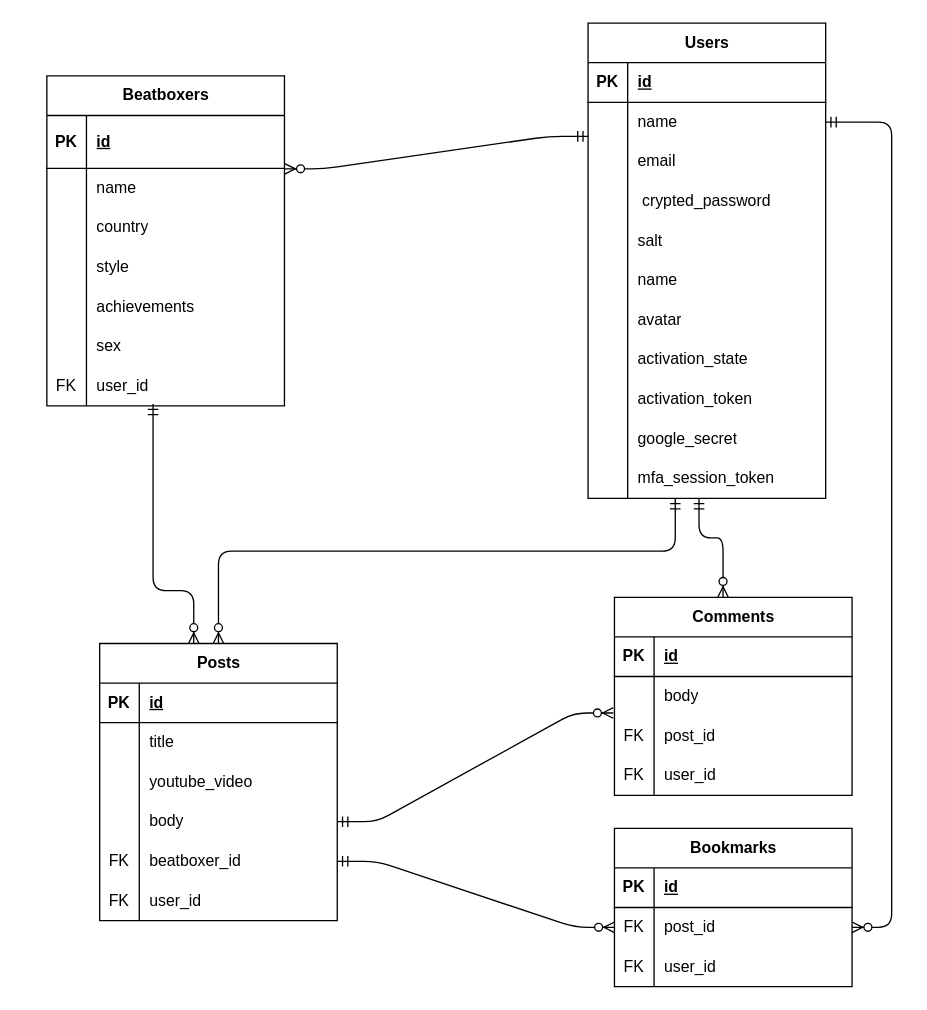
This is database_model_er.dio from yusuke061467/beatboxer-collection, a draw.io file, before an edit. Source tidied: cells renumbered, new cells numbered last; positions are measured from the earlier drawing's top-left corner, leaving out a move shared by most shapes. Both pictures are drawn from the tidied source at 132%, with x=0, y=0 at pixel (46, 22).
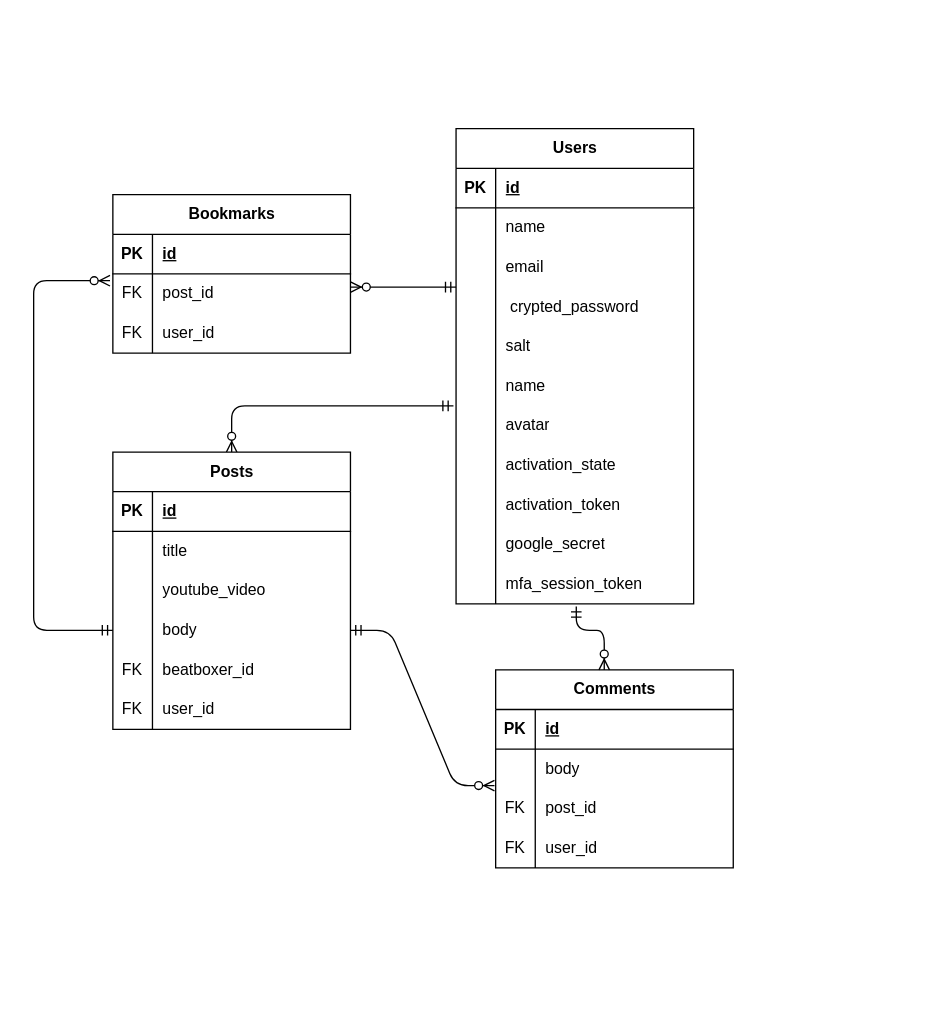
Above is the later version.

Unchanged cells that the change refers to:
```xml
<mxCell id="6" style="shape=tableRow;horizontal=0;startSize=0;swimlaneHead=0;swimlaneBody=0;fillColor=none;points=[[0,0.5],[1,0.5]];portConstraint=eastwest;top=0;left=0;right=0;bottom=0;" parent="2" vertex="1">
  <mxGeometry y="60" width="180" height="30" as="geometry" />
</mxCell>
<mxCell id="21" style="shape=tableRow;horizontal=0;startSize=0;swimlaneHead=0;swimlaneBody=0;fillColor=none;points=[[0,0.5],[1,0.5]];portConstraint=eastwest;top=0;left=0;right=0;bottom=0;" parent="2" vertex="1">
  <mxGeometry y="210" width="180" height="30" as="geometry" />
</mxCell>
<mxCell id="33" style="shape=tableRow;horizontal=0;startSize=0;swimlaneHead=0;swimlaneBody=0;fillColor=none;points=[[0,0.5],[1,0.5]];portConstraint=eastwest;top=0;left=0;right=0;bottom=0;" parent="2" vertex="1">
  <mxGeometry y="330" width="180" height="30" as="geometry" />
</mxCell>
<mxCell id="53" style="shape=tableRow;horizontal=0;startSize=0;swimlaneHead=0;swimlaneBody=0;fillColor=none;points=[[0,0.5],[1,0.5]];portConstraint=eastwest;top=0;left=0;right=0;bottom=0;" parent="49" vertex="1">
  <mxGeometry y="60" width="180" height="30" as="geometry" />
</mxCell>
<mxCell id="74" style="shape=tableRow;horizontal=0;startSize=0;swimlaneHead=0;swimlaneBody=0;fillColor=none;points=[[0,0.5],[1,0.5]];portConstraint=eastwest;top=0;left=0;right=0;bottom=0;" parent="64" vertex="1">
  <mxGeometry y="120" width="180" height="30" as="geometry" />
</mxCell>
<mxCell id="77" style="shape=tableRow;horizontal=0;startSize=0;swimlaneHead=0;swimlaneBody=0;fillColor=none;points=[[0,0.5],[1,0.5]];portConstraint=eastwest;top=0;left=0;right=0;bottom=0;" parent="64" vertex="1">
  <mxGeometry y="150" width="180" height="30" as="geometry" />
</mxCell>
```

Diff of the diagram source:
```diff
@@
     <mxCell id="2" value="Users" style="shape=table;startSize=30;childLayout=tableLayout;rowLines=0;fontStyle=1;align=center;html=1;" parent="1" vertex="1">
-      <mxGeometry x="410" width="180" height="360" as="geometry" />
+      <mxGeometry x="310" y="80" width="180" height="360" as="geometry" />
     </mxCell>
@@
     <mxCell id="36" value="Comments" style="shape=table;startSize=30;childLayout=tableLayout;rowLines=0;fontStyle=1;align=center;html=1;" parent="1" vertex="1">
-      <mxGeometry x="430" y="435" width="180" height="150" as="geometry" />
+      <mxGeometry x="340" y="490" width="180" height="150" as="geometry" />
     </mxCell>
@@
     <mxCell id="49" value="Bookmarks" style="shape=table;startSize=30;childLayout=tableLayout;rowLines=0;fontStyle=1;align=center;html=1;" parent="1" vertex="1">
-      <mxGeometry x="430" y="610" width="180" height="120" as="geometry" />
+      <mxGeometry x="50" y="130" width="180" height="120" as="geometry" />
     </mxCell>
@@
-    <mxCell id="59" style="edgeStyle=entityRelationEdgeStyle;fontSize=12;html=1;endArrow=ERzeroToMany;startArrow=ERmandOne;exitX=1;exitY=0.5;exitDx=0;exitDy=0;" parent="1" edge="1" source="6" target="53">
-      <mxGeometry relative="1" as="geometry" />
-    </mxCell>
-    <mxCell id="60" style="edgeStyle=elbowEdgeStyle;fontSize=12;html=1;endArrow=ERzeroToMany;startArrow=ERmandOne;elbow=vertical;entryX=0.5;entryY=0;entryDx=0;entryDy=0;exitX=0.367;exitY=1;exitDx=0;exitDy=0;exitPerimeter=0;" parent="1" edge="1" source="33" target="64">
+    <mxCell id="60" style="edgeStyle=elbowEdgeStyle;fontSize=12;html=1;endArrow=ERzeroToMany;startArrow=ERmandOne;elbow=vertical;entryX=0.5;entryY=0;entryDx=0;entryDy=0;exitX=-0.011;exitY=0;exitDx=0;exitDy=0;exitPerimeter=0;" parent="1" edge="1" source="21" target="64">
       <mxGeometry relative="1" as="geometry">
         <Array as="points">
-          <mxPoint x="310" y="400" />
-          <mxPoint x="742" y="140" />
+          <mxPoint x="170" y="290" />
         </Array>
       </mxGeometry>
     </mxCell>
@@
-    <mxCell id="62" style="edgeStyle=elbowEdgeStyle;fontSize=12;html=1;endArrow=ERzeroToMany;startArrow=ERmandOne;elbow=vertical;exitX=0.447;exitY=0.955;exitDx=0;exitDy=0;exitPerimeter=0;entryX=0.396;entryY=0;entryDx=0;entryDy=0;entryPerimeter=0;" parent="1" edge="1" source="104" target="64">
-      <mxGeometry relative="1" as="geometry">
-        <Array as="points">
-          <mxPoint x="90" y="430" />
-          <mxPoint x="808" y="547" />
-        </Array>
-      </mxGeometry>
-    </mxCell>
-    <mxCell id="63" style="edgeStyle=entityRelationEdgeStyle;fontSize=12;html=1;endArrow=ERzeroToMany;startArrow=ERmandOne;exitX=0.001;exitY=0.86;exitDx=0;exitDy=0;exitPerimeter=0;entryX=1.001;entryY=0.013;entryDx=0;entryDy=0;entryPerimeter=0;" parent="1" edge="1" source="6" target="89">
-      <mxGeometry relative="1" as="geometry">
-        <Array as="points">
-          <mxPoint x="350" y="220" />
-          <mxPoint x="400" y="380" />
-          <mxPoint x="360" y="450" />
-          <mxPoint x="360" y="460" />
-          <mxPoint x="370" y="280" />
-        </Array>
-      </mxGeometry>
-    </mxCell>
     <mxCell id="64" value="Posts" style="shape=table;startSize=30;childLayout=tableLayout;rowLines=0;fontStyle=1;align=center;html=1;" parent="1" vertex="1">
-      <mxGeometry x="40" y="470" width="180" height="210" as="geometry" />
+      <mxGeometry x="50" y="325" width="180" height="210" as="geometry" />
     </mxCell>
@@
-    <mxCell id="83" style="edgeStyle=elbowEdgeStyle;fontSize=12;html=1;endArrow=ERzeroToMany;startArrow=ERmandOne;elbow=vertical;entryX=0.457;entryY=0;entryDx=0;entryDy=0;exitX=0.467;exitY=1;exitDx=0;exitDy=0;exitPerimeter=0;entryPerimeter=0;" parent="1" edge="1" source="33" target="36">
+    <mxCell id="83" style="edgeStyle=elbowEdgeStyle;fontSize=12;html=1;endArrow=ERzeroToMany;startArrow=ERmandOne;elbow=vertical;entryX=0.457;entryY=0;entryDx=0;entryDy=0;exitX=0.506;exitY=1.067;exitDx=0;exitDy=0;exitPerimeter=0;entryPerimeter=0;" parent="1" edge="1" source="33" target="36">
       <mxGeometry relative="1" as="geometry">
         <Array as="points">
-          <mxPoint x="520" y="390" />
+          <mxPoint x="460" y="460" />
           <mxPoint x="831" y="137.2" />
         </Array>
       </mxGeometry>
     </mxCell>
-    <mxCell id="84" style="group;" parent="1" vertex="1">
-      <mxGeometry y="40" width="180" height="250" as="geometry" />
-    </mxCell>
-    <mxCell id="85" value="Beatboxers" style="shape=table;startSize=30;childLayout=tableLayout;rowLines=0;fontStyle=1;align=center;html=1;" parent="84" vertex="1">
-      <mxGeometry width="180" height="250" as="geometry" />
-    </mxCell>
-    <mxCell id="86" style="shape=tableRow;horizontal=0;startSize=0;swimlaneHead=0;swimlaneBody=0;fillColor=none;top=0;left=0;right=0;bottom=1;" parent="85" vertex="1">
-      <mxGeometry y="30" width="180" height="40" as="geometry" />
-    </mxCell>
-    <mxCell id="87" value="PK" style="shape=partialRectangle;fillColor=none;top=0;left=0;bottom=0;right=0;fontStyle=1;overflow=hidden;whiteSpace=wrap;html=1;" parent="86" vertex="1">
-      <mxGeometry width="30" height="40" as="geometry" />
-    </mxCell>
-    <mxCell id="88" value="id" style="shape=partialRectangle;fillColor=none;top=0;left=0;bottom=0;right=0;align=left;spacingLeft=6;fontStyle=5;overflow=hidden;whiteSpace=wrap;html=1;" parent="86" vertex="1">
-      <mxGeometry x="30" width="150" height="40" as="geometry" />
-    </mxCell>
-    <mxCell id="89" style="shape=tableRow;horizontal=0;startSize=0;swimlaneHead=0;swimlaneBody=0;fillColor=none;points=[[0,0.5],[1,0.5]];portConstraint=eastwest;top=0;left=0;right=0;bottom=0;" parent="85" vertex="1">
-      <mxGeometry y="70" width="180" height="30" as="geometry" />
-    </mxCell>
-    <mxCell id="90" style="shape=partialRectangle;fillColor=none;top=0;left=0;bottom=0;right=0;overflow=hidden;whiteSpace=wrap;html=1;" parent="89" vertex="1">
-      <mxGeometry width="30" height="30" as="geometry" />
-    </mxCell>
-    <mxCell id="91" value="name" style="shape=partialRectangle;fillColor=none;top=0;left=0;bottom=0;right=0;align=left;spacingLeft=6;overflow=hidden;whiteSpace=wrap;html=1;" parent="89" vertex="1">
-      <mxGeometry x="30" width="150" height="30" as="geometry" />
-    </mxCell>
-    <mxCell id="92" style="shape=tableRow;horizontal=0;startSize=0;swimlaneHead=0;swimlaneBody=0;fillColor=none;top=0;left=0;right=0;bottom=0;" parent="85" vertex="1">
-      <mxGeometry y="100" width="180" height="30" as="geometry" />
-    </mxCell>
-    <mxCell id="93" style="shape=partialRectangle;fillColor=none;top=0;left=0;bottom=0;right=0;overflow=hidden;whiteSpace=wrap;html=1;" parent="92" vertex="1">
-      <mxGeometry width="30" height="30" as="geometry" />
-    </mxCell>
-    <mxCell id="94" value="country" style="shape=partialRectangle;fillColor=none;top=0;left=0;bottom=0;right=0;align=left;spacingLeft=6;overflow=hidden;whiteSpace=wrap;html=1;" parent="92" vertex="1">
-      <mxGeometry x="30" width="150" height="30" as="geometry" />
-    </mxCell>
-    <mxCell id="95" style="shape=tableRow;horizontal=0;startSize=0;swimlaneHead=0;swimlaneBody=0;fillColor=none;top=0;left=0;right=0;bottom=0;" parent="85" vertex="1">
-      <mxGeometry y="130" width="180" height="30" as="geometry" />
-    </mxCell>
-    <mxCell id="96" style="shape=partialRectangle;fillColor=none;top=0;left=0;bottom=0;right=0;overflow=hidden;whiteSpace=wrap;html=1;" parent="95" vertex="1">
-      <mxGeometry width="30" height="30" as="geometry" />
-    </mxCell>
-    <mxCell id="97" value="style" style="shape=partialRectangle;fillColor=none;top=0;left=0;bottom=0;right=0;align=left;spacingLeft=6;overflow=hidden;whiteSpace=wrap;html=1;" parent="95" vertex="1">
-      <mxGeometry x="30" width="150" height="30" as="geometry" />
-    </mxCell>
-    <mxCell id="98" style="shape=tableRow;horizontal=0;startSize=0;swimlaneHead=0;swimlaneBody=0;fillColor=none;top=0;left=0;right=0;bottom=0;" parent="85" vertex="1">
-      <mxGeometry y="160" width="180" height="30" as="geometry" />
-    </mxCell>
-    <mxCell id="99" style="shape=partialRectangle;fillColor=none;top=0;left=0;bottom=0;right=0;overflow=hidden;whiteSpace=wrap;html=1;" parent="98" vertex="1">
-      <mxGeometry width="30" height="30" as="geometry" />
-    </mxCell>
-    <mxCell id="100" value="achievements" style="shape=partialRectangle;fillColor=none;top=0;left=0;bottom=0;right=0;align=left;spacingLeft=6;overflow=hidden;whiteSpace=wrap;html=1;" parent="98" vertex="1">
-      <mxGeometry x="30" width="150" height="30" as="geometry" />
-    </mxCell>
-    <mxCell id="101" style="shape=tableRow;horizontal=0;startSize=0;swimlaneHead=0;swimlaneBody=0;fillColor=none;top=0;left=0;right=0;bottom=0;" parent="85" vertex="1">
-      <mxGeometry y="190" width="180" height="30" as="geometry" />
-    </mxCell>
-    <mxCell id="102" style="shape=partialRectangle;fillColor=none;top=0;left=0;bottom=0;right=0;overflow=hidden;whiteSpace=wrap;html=1;" parent="101" vertex="1">
-      <mxGeometry width="30" height="30" as="geometry" />
-    </mxCell>
-    <mxCell id="103" value="sex" style="shape=partialRectangle;fillColor=none;top=0;left=0;bottom=0;right=0;align=left;spacingLeft=6;overflow=hidden;whiteSpace=wrap;html=1;" parent="101" vertex="1">
-      <mxGeometry x="30" width="150" height="30" as="geometry" />
-    </mxCell>
-    <mxCell id="104" style="shape=tableRow;horizontal=0;startSize=0;swimlaneHead=0;swimlaneBody=0;fillColor=none;points=[[0,0.5],[1,0.5]];portConstraint=eastwest;top=0;left=0;right=0;bottom=0;" parent="85" vertex="1">
-      <mxGeometry y="220" width="180" height="30" as="geometry" />
-    </mxCell>
-    <mxCell id="105" style="shape=partialRectangle;fillColor=none;top=0;left=0;bottom=0;right=0;overflow=hidden;whiteSpace=wrap;html=1;" parent="104" vertex="1">
-      <mxGeometry width="30" height="30" as="geometry" />
-    </mxCell>
-    <mxCell id="106" value="user_id" style="shape=partialRectangle;fillColor=none;top=0;left=0;bottom=0;right=0;align=left;spacingLeft=6;overflow=hidden;whiteSpace=wrap;html=1;" parent="104" vertex="1">
-      <mxGeometry x="30" width="150" height="30" as="geometry" />
-    </mxCell>
-    <mxCell id="107" value="FK" style="shape=partialRectangle;fillColor=none;top=0;left=0;bottom=0;right=0;overflow=hidden;whiteSpace=wrap;html=1;" parent="84" vertex="1">
-      <mxGeometry y="220" width="30" height="30" as="geometry" />
-    </mxCell>
-    <mxCell id="108" style="edgeStyle=entityRelationEdgeStyle;fontSize=12;html=1;endArrow=ERzeroToMany;startArrow=ERmandOne;entryX=0;entryY=0.5;entryDx=0;entryDy=0;exitX=1;exitY=0.5;exitDx=0;exitDy=0;" parent="1" edge="1" source="77" target="53">
+    <mxCell id="108" style="edgeStyle=elbowEdgeStyle;fontSize=12;html=1;endArrow=ERzeroToMany;startArrow=ERmandOne;entryX=-0.012;entryY=0.172;entryDx=0;entryDy=0;entryPerimeter=0;exitX=0;exitY=0.5;exitDx=0;exitDy=0;elbow=vertical;" parent="1" edge="1" source="74" target="53">
       <mxGeometry relative="1" as="geometry">
         <Array as="points">
-          <mxPoint x="355" y="501" />
-          <mxPoint x="245" y="712" />
-          <mxPoint x="365" y="531" />
+          <mxPoint x="-10" y="330" />
         </Array>
       </mxGeometry>
     </mxCell>
+    <mxCell id="109" style="fontSize=12;html=1;endArrow=ERzeroToMany;startArrow=ERmandOne;elbow=vertical;exitX=-0.011;exitY=0;exitDx=0;exitDy=0;exitPerimeter=0;" parent="1" edge="1">
+      <mxGeometry relative="1" as="geometry">
+        <mxPoint x="310" y="200" as="sourcePoint" />
+        <mxPoint x="230" y="200" as="targetPoint" />
+      </mxGeometry>
+    </mxCell>
```
